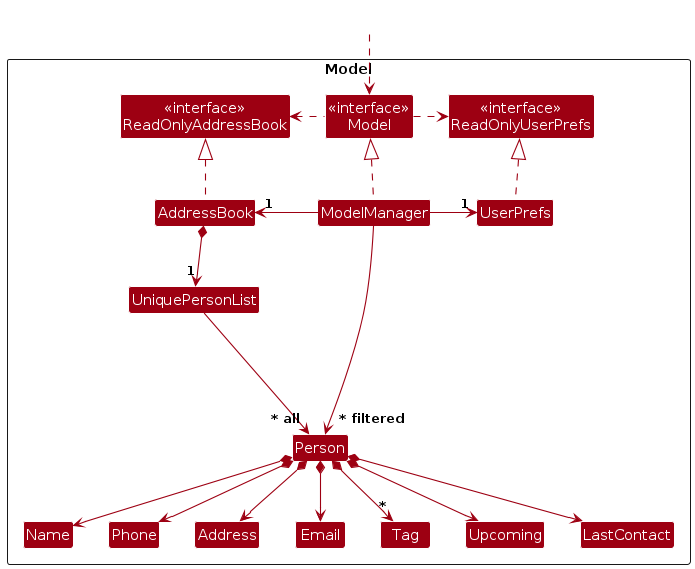
AY2324S2-CS2103T-F13-2/tp keeps this PlantUML diagram as diagrams/ModelClassDiagram.png. Above is the earlier version. Its source is kept beside it as diagrams/ModelClassDiagram.puml.
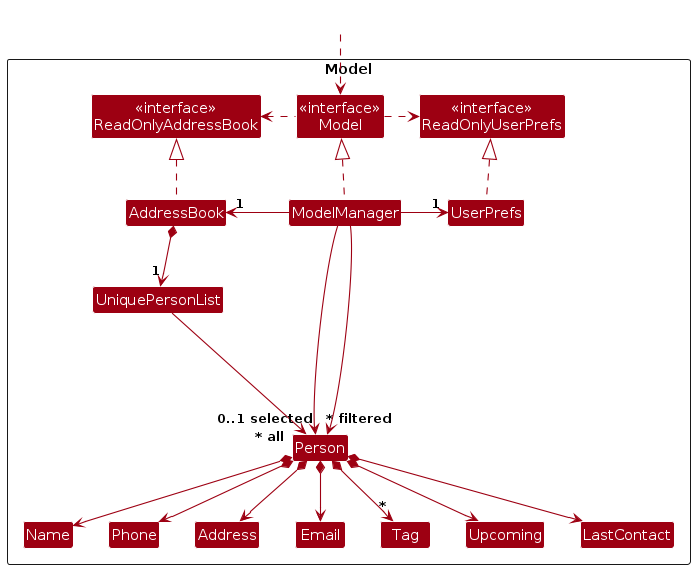
The same diagram one commit later.

The edit, as a diff of the source:
```diff
@@ -59,4 +59,5 @@
 Upcoming -[hidden]right-> LastContact
 
 ModelManager --> "~* filtered" Person
+ModelManager --> "0..1 selected" Person
 @enduml
```
